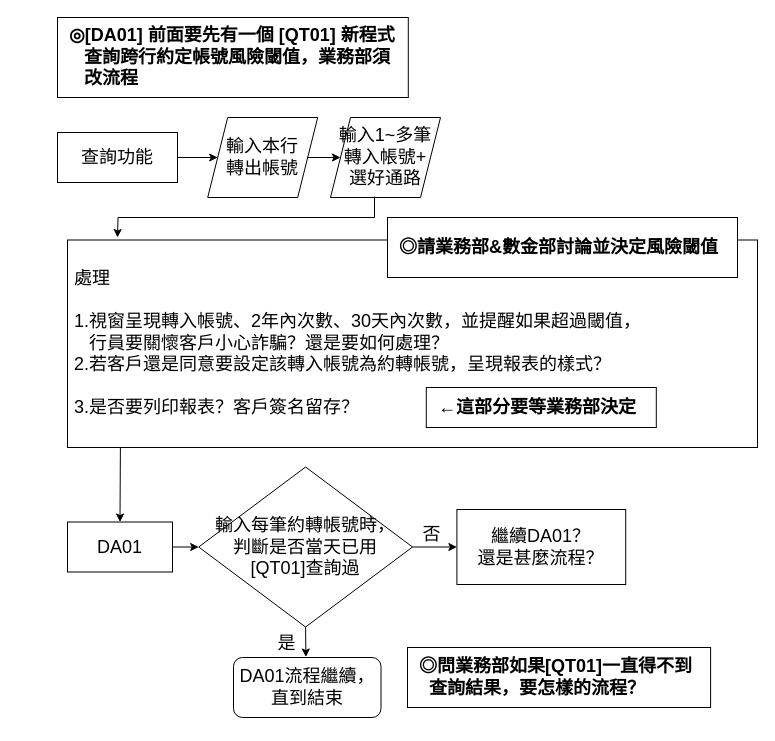
Before: page "查詢(新版)for業務部" (8 of 10) of 約轉灰名單架構.drawio in yeahyeah0606/yeahyeah0606.github.io, a draw.io diagram. Source tidied: cells renumbered, new cells numbered last; positions are measured from the earlier drawing's top-left corner, leaving out a move shared by most shapes. Both pictures are drawn from the tidied source at 100%, with x=0, y=0 at pixel (57, 17).
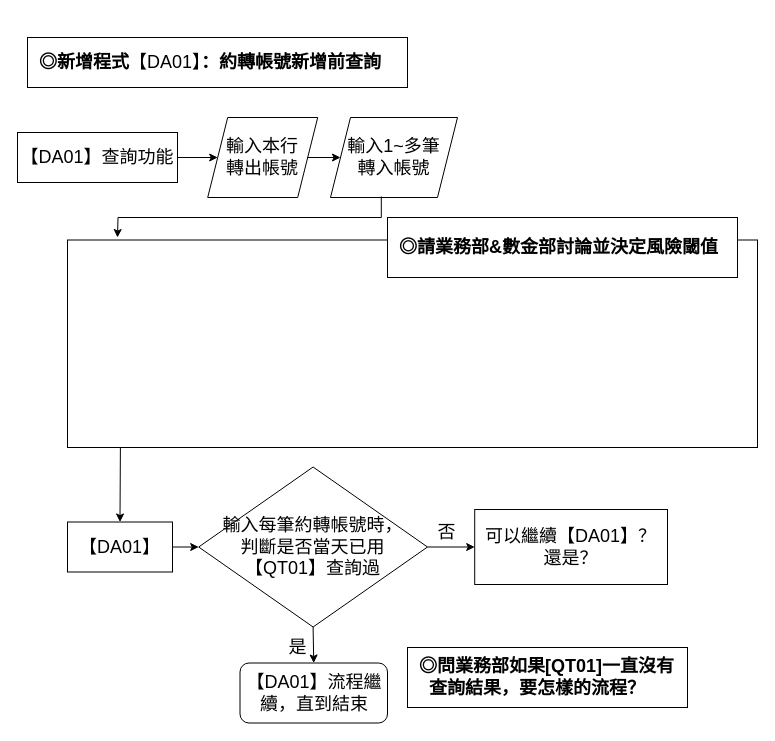
The same page after the edit.

Diff of the diagram source:
```diff
@@
-    <mxCell id="2" value="&lt;font style=&quot;font-size: 18px;&quot;&gt;查詢功能&lt;/font&gt;" style="rounded=0;whiteSpace=wrap;html=1;" parent="1" vertex="1">
-      <mxGeometry y="115" width="120" height="50" as="geometry" />
+    <mxCell id="2" value="&lt;font style=&quot;font-size: 18px;&quot;&gt;【DA01】查詢功能&lt;/font&gt;" style="rounded=0;whiteSpace=wrap;html=1;" parent="1" vertex="1">
+      <mxGeometry x="-40" y="115" width="160" height="50" as="geometry" />
     </mxCell>
-    <mxCell id="3" value="&lt;font style=&quot;font-size: 18px;&quot;&gt;輸入1~多筆&lt;br&gt;轉入帳號+&lt;br&gt;選好通路&lt;/font&gt;" style="shape=parallelogram;perimeter=parallelogramPerimeter;whiteSpace=wrap;html=1;fixedSize=1;" parent="1" vertex="1">
-      <mxGeometry x="273" y="100" width="110" height="80" as="geometry" />
+    <mxCell id="3" value="&lt;font style=&quot;font-size: 18px;&quot;&gt;輸入1~多筆&lt;br&gt;轉入帳號&lt;br&gt;&lt;/font&gt;" style="shape=parallelogram;perimeter=parallelogramPerimeter;whiteSpace=wrap;html=1;fixedSize=1;" parent="1" vertex="1">
+      <mxGeometry x="273" y="100" width="127" height="80" as="geometry" />
     </mxCell>
@@
-    <mxCell id="5" value="&lt;font style=&quot;font-size: 18px;&quot;&gt;&amp;nbsp;處理&amp;nbsp;&lt;br&gt;&lt;br&gt;&amp;nbsp;1.&lt;/font&gt;&lt;font style=&quot;font-size: 18px;&quot;&gt;視窗呈現轉入帳號、2年內次數、30天內次數，並提醒如果超過閾值，&lt;br&gt;&amp;nbsp; &amp;nbsp; 行員要關懷客戶小心詐騙？還是要如何處理？&lt;br&gt;&amp;nbsp;2.若客戶還是同意要設定該轉入帳號為約轉帳號，呈現報表的樣式？&lt;br&gt;&lt;br&gt;&amp;nbsp;3.是否要列印報表？客戶簽名留存？&lt;br&gt;&lt;/font&gt;" style="rounded=0;whiteSpace=wrap;html=1;align=left;" parent="1" vertex="1">
+    <mxCell id="5" value="&lt;font style=&quot;font-size: 18px;&quot;&gt;&lt;br&gt;&lt;/font&gt;" style="rounded=0;whiteSpace=wrap;html=1;align=left;" parent="1" vertex="1">
       <mxGeometry x="10" y="222.5" width="690" height="207.5" as="geometry" />
     </mxCell>
@@
-    <mxCell id="7" value="&lt;span style=&quot;font-size: 18px;&quot;&gt;DA01&lt;/span&gt;" style="rounded=0;whiteSpace=wrap;html=1;" parent="1" vertex="1">
+    <mxCell id="7" value="&lt;span style=&quot;font-size: 18px;&quot;&gt;【DA01】&lt;/span&gt;" style="rounded=0;whiteSpace=wrap;html=1;" parent="1" vertex="1">
       <mxGeometry x="10" y="504.5" width="105" height="50" as="geometry" />
     </mxCell>
-    <mxCell id="8" value="&lt;font style=&quot;font-size: 18px;&quot;&gt;輸入每筆約轉帳號時，&lt;br style=&quot;border-color: var(--border-color);&quot;&gt;判斷是否當天已用&lt;br style=&quot;border-color: var(--border-color);&quot;&gt;[QT01]查詢過&lt;/font&gt;" style="rhombus;whiteSpace=wrap;html=1;" parent="1" vertex="1">
-      <mxGeometry x="141.2" y="449.5" width="213.8" height="160" as="geometry" />
+    <mxCell id="8" value="&lt;font style=&quot;font-size: 18px;&quot;&gt;輸入每筆約轉帳號時，&lt;br style=&quot;border-color: var(--border-color);&quot;&gt;判斷是否當天已用&lt;br style=&quot;border-color: var(--border-color);&quot;&gt;【QT01】查詢過&lt;/font&gt;" style="rhombus;whiteSpace=wrap;html=1;" parent="1" vertex="1">
+      <mxGeometry x="141.2" y="449.5" width="228.8" height="160" as="geometry" />
     </mxCell>
-    <mxCell id="9" value="&lt;span style=&quot;font-size: 18px;&quot;&gt;DA01流程繼續，直到結束&lt;/span&gt;" style="rounded=1;whiteSpace=wrap;html=1;" parent="1" vertex="1">
-      <mxGeometry x="176" y="640" width="147.5" height="60" as="geometry" />
+    <mxCell id="9" value="&lt;font style=&quot;font-size: 18px;&quot;&gt;&lt;font style=&quot;&quot;&gt;【DA01】&lt;/font&gt;流程繼續，直到結束&lt;/font&gt;" style="rounded=1;whiteSpace=wrap;html=1;" parent="1" vertex="1">
+      <mxGeometry x="182.5" y="645.5" width="147.5" height="60" as="geometry" />
     </mxCell>
@@
-    <mxCell id="11" style="endArrow=classic;html=1;rounded=0;exitX=0.5;exitY=1;exitDx=0;exitDy=0;" parent="1" edge="1" source="8">
-      <mxGeometry relative="1" as="geometry">
-        <mxPoint x="248.4" y="639.5" as="targetPoint" />
-      </mxGeometry>
+    <mxCell id="11" style="endArrow=classic;html=1;rounded=0;exitX=0.5;exitY=1;exitDx=0;exitDy=0;entryX=0.5;entryY=0;entryDx=0;entryDy=0;" parent="1" edge="1" source="8" target="9">
+      <mxGeometry relative="1" as="geometry" />
     </mxCell>
@@
     <mxCell id="13" value="&lt;font style=&quot;font-size: 18px;&quot;&gt;是&lt;/font&gt;" style="text;html=1;align=center;verticalAlign=middle;strokeColor=none;fillColor=none;" parent="1" vertex="1">
-      <mxGeometry x="209" y="605.5" width="40" height="40" as="geometry" />
+      <mxGeometry x="220" y="609.5" width="40" height="40" as="geometry" />
     </mxCell>
-    <mxCell id="14" value="&lt;span style=&quot;font-size: 18px;&quot;&gt;繼續DA01？&lt;br&gt;還是甚麼流程？&lt;br&gt;&lt;/span&gt;" style="rounded=0;whiteSpace=wrap;html=1;" parent="1" vertex="1">
-      <mxGeometry x="399.4" y="492" width="168.8" height="75" as="geometry" />
+    <mxCell id="14" value="&lt;font style=&quot;font-size: 18px;&quot;&gt;可以繼續【DA01】？&lt;br&gt;還是？&lt;/font&gt;" style="rounded=0;whiteSpace=wrap;html=1;" parent="1" vertex="1">
+      <mxGeometry x="417.2" y="492" width="192.8" height="75" as="geometry" />
     </mxCell>
@@
     <mxCell id="16" value="&lt;font style=&quot;font-size: 18px;&quot;&gt;否&lt;/font&gt;" style="text;html=1;align=center;verticalAlign=middle;strokeColor=none;fillColor=none;" parent="1" vertex="1">
-      <mxGeometry x="353.8" y="496.5" width="40" height="40" as="geometry" />
+      <mxGeometry x="368.8" y="495" width="40" height="40" as="geometry" />
     </mxCell>
-    <mxCell id="17" value="&lt;font style=&quot;&quot;&gt;&lt;b style=&quot;font-size: 18px;&quot;&gt;&amp;nbsp; ◎問&lt;/b&gt;&lt;b&gt;&lt;font style=&quot;font-size: 18px;&quot;&gt;業務部如果[QT01]一直得不到&lt;br&gt;&amp;nbsp; &amp;nbsp; 查詢結果，要怎樣的流程？&lt;/font&gt;&lt;/b&gt;&lt;br&gt;&lt;/font&gt;" style="rounded=0;whiteSpace=wrap;html=1;align=left;" parent="1" vertex="1">
-      <mxGeometry x="350" y="630" width="303.1" height="60" as="geometry" />
+    <mxCell id="17" value="&lt;font style=&quot;&quot;&gt;&lt;b style=&quot;font-size: 18px;&quot;&gt;&amp;nbsp; ◎問&lt;/b&gt;&lt;b&gt;&lt;font style=&quot;font-size: 18px;&quot;&gt;業務部如果[QT01]一直沒有&lt;br&gt;&amp;nbsp; &amp;nbsp; 查詢結果，要怎樣的流程？&lt;/font&gt;&lt;/b&gt;&lt;br&gt;&lt;/font&gt;" style="rounded=0;whiteSpace=wrap;html=1;align=left;" parent="1" vertex="1">
+      <mxGeometry x="350" y="630" width="280" height="60" as="geometry" />
     </mxCell>
-    <mxCell id="18" value="&lt;font style=&quot;&quot;&gt;&lt;b style=&quot;font-size: 18px;&quot;&gt;&amp;nbsp; &lt;/b&gt;&lt;font style=&quot;font-size: 18px;&quot;&gt;&lt;b style=&quot;&quot;&gt;◎[&lt;/b&gt;&lt;b&gt;DA01] 前面要先有一個 [QT01] 新程式 &lt;br&gt;&amp;nbsp; &amp;nbsp; &amp;nbsp;查詢跨行約定帳號風險閾值，業務部須&lt;br&gt;&amp;nbsp; &amp;nbsp; &amp;nbsp;改流程&lt;/b&gt;&lt;/font&gt;&lt;br&gt;&lt;/font&gt;" style="rounded=0;whiteSpace=wrap;html=1;align=left;" parent="1" vertex="1">
-      <mxGeometry width="350.8" height="80" as="geometry" />
+    <mxCell id="18" value="&lt;font style=&quot;&quot;&gt;&lt;b style=&quot;font-size: 18px;&quot;&gt;&amp;nbsp; &lt;/b&gt;&lt;font style=&quot;font-size: 18px;&quot;&gt;&lt;b style=&quot;&quot;&gt;◎新增程式&lt;/b&gt;【DA01】&lt;b style=&quot;&quot;&gt;：約轉帳號新增前查詢&lt;/b&gt;&lt;/font&gt;&lt;br&gt;&lt;/font&gt;" style="rounded=0;whiteSpace=wrap;html=1;align=left;" parent="1" vertex="1">
+      <mxGeometry x="-30" y="20" width="380" height="50" as="geometry" />
     </mxCell>
-    <mxCell id="19" value="&lt;font style=&quot;font-size: 18px;&quot;&gt;&lt;b&gt;&amp;nbsp; ←這部分要等業務部決定&lt;/b&gt;&lt;/font&gt;" style="rounded=0;whiteSpace=wrap;html=1;align=left;" parent="1" vertex="1">
-      <mxGeometry x="368.8" y="370" width="230" height="40" as="geometry" />
-    </mxCell>
```
